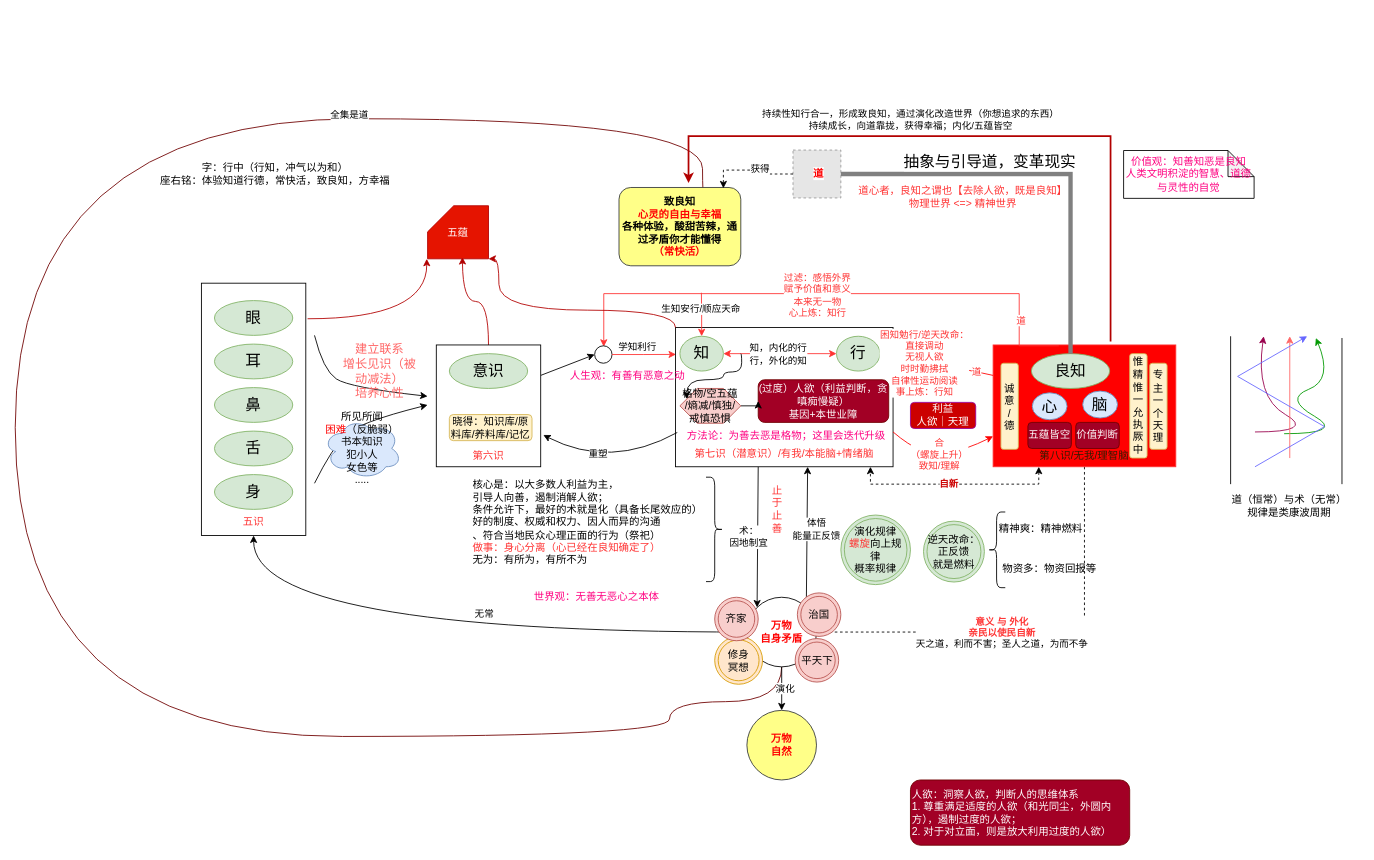
Above: page "良知" (1 of 2) of xinxue.drawio in kason-huang/DrawIO (draw.io), before the change. Source tidied: cells renumbered, new cells numbered last; positions are measured from the earlier drawing's top-left corner, leaving out a move shared by most shapes. Both pictures are drawn from the tidied source at 87%, with x=0, y=0 at pixel (15, 118). Pictures stored in the file or linked from it are replaced by grey dashed boxes.
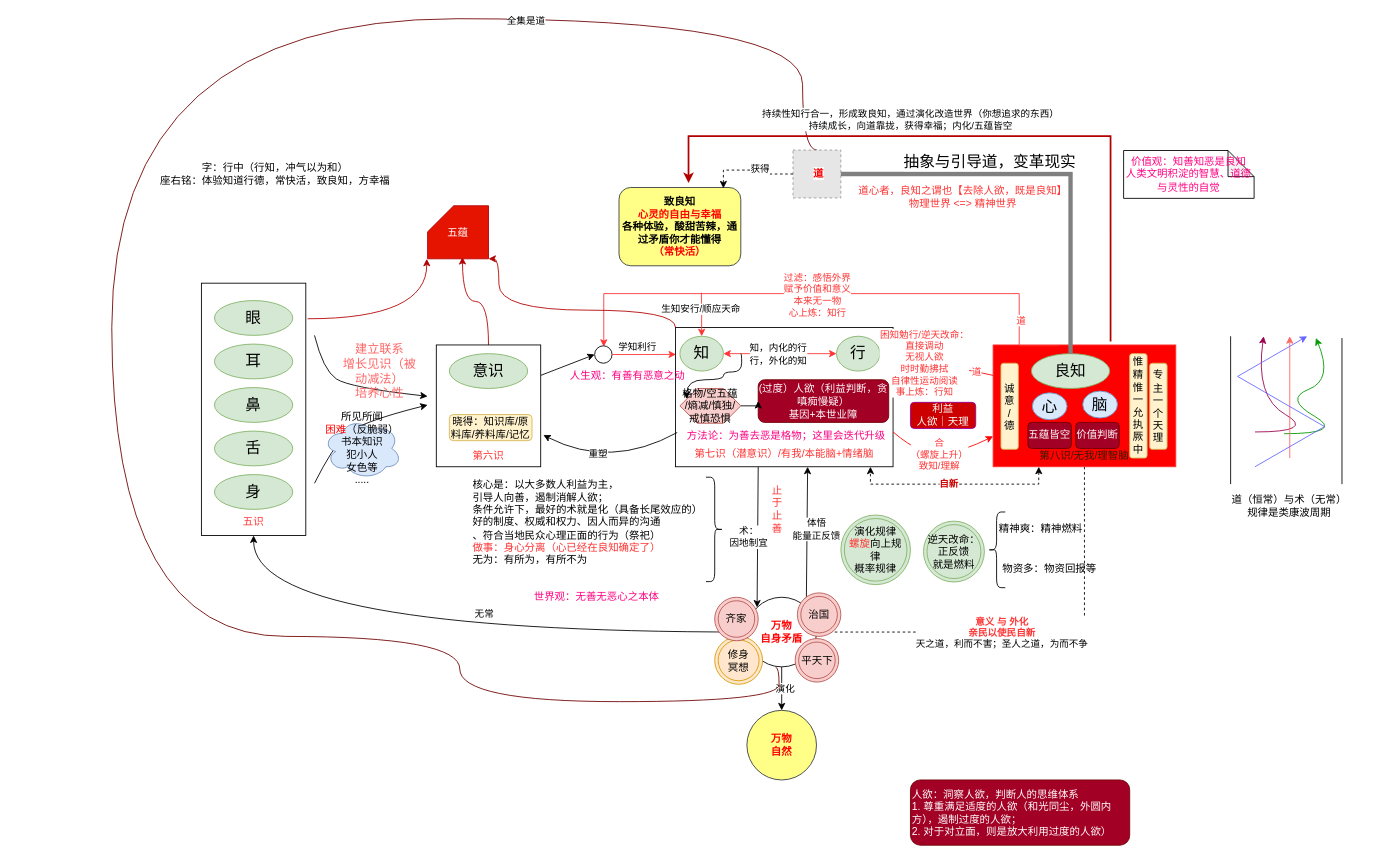
Above is the later version.

Unchanged cells that the change refers to:
```xml
<mxCell id="53" value="&lt;div&gt;&lt;b style=&quot;color: rgb(255, 0, 0); background-color: initial;&quot;&gt;万物&lt;/b&gt;&lt;br&gt;&lt;/div&gt;&lt;div&gt;&lt;b style=&quot;color: rgb(255, 0, 0); background-color: initial;&quot;&gt;自身矛盾&lt;/b&gt;&lt;/div&gt;" style="ellipse;whiteSpace=wrap;html=1;" parent="1" vertex="1">
  <mxGeometry x="841" y="550" width="80" height="80" as="geometry" />
</mxCell>
<mxCell id="82" style="fillColor=#E6E6E6;strokeColor=#999999;dashed=1;verticalLabelPosition=bottom;labelBackgroundColor=default;verticalAlign=top;" parent="81" vertex="1">
  <mxGeometry width="55" height="55" as="geometry" />
</mxCell>
```

What changed in the source:
```diff
@@
-    <mxCell id="49" style="edgeStyle=orthogonalEdgeStyle;rounded=0;jettySize=auto;html=1;exitX=0.5;exitY=1;exitDx=0;exitDy=0;entryX=0;entryY=0.25;entryDx=0;entryDy=0;curved=1;endArrow=none;endFill=0;fillColor=#a20025;strokeColor=#6F0000;" parent="1" edge="1" source="53">
-      <mxGeometry relative="1" as="geometry">
-        <mxPoint x="798" y="114.8" as="targetPoint" />
-        <Array as="points">
-          <mxPoint x="881" y="670" />
-          <mxPoint x="752" y="670" />
-          <mxPoint x="752" y="710" />
-          <mxPoint y="710" />
-          <mxPoint />
-          <mxPoint x="790" />
-          <mxPoint x="790" y="115" />
-        </Array>
-      </mxGeometry>
-    </mxCell>
-    <mxCell id="50" value="全集是道" style="edgeLabel;html=1;align=center;verticalAlign=middle;" parent="49" vertex="1">
-      <mxGeometry x="0.59" y="-3" relative="1" as="geometry">
-        <mxPoint y="-8" as="offset" />
-      </mxGeometry>
-    </mxCell>
@@
+    <mxCell id="107" style="edgeStyle=orthogonalEdgeStyle;rounded=0;jettySize=auto;html=1;exitX=0.413;exitY=1.006;exitDx=0;exitDy=0;entryX=0.5;entryY=0;entryDx=0;entryDy=0;curved=1;exitPerimeter=0;fillColor=#a20025;strokeColor=#6F0000;endArrow=none;endFill=0;" parent="1" edge="1" source="53" target="82">
+      <mxGeometry relative="1" as="geometry">
+        <Array as="points">
+          <mxPoint x="878" y="631" />
+          <mxPoint x="878" y="670" />
+          <mxPoint x="511" y="670" />
+          <mxPoint x="511" y="595" />
+          <mxPoint x="111" y="595" />
+          <mxPoint x="111" y="-115" />
+          <mxPoint x="905" y="-115" />
+          <mxPoint x="905" y="36" />
+        </Array>
+      </mxGeometry>
+    </mxCell>
+    <mxCell id="50" value="全集是道" style="edgeLabel;html=1;align=center;verticalAlign=middle;" parent="107" vertex="1">
+      <mxGeometry x="0.62" y="-1" relative="1" as="geometry">
+        <mxPoint y="1" as="offset" />
+      </mxGeometry>
+    </mxCell>
```
